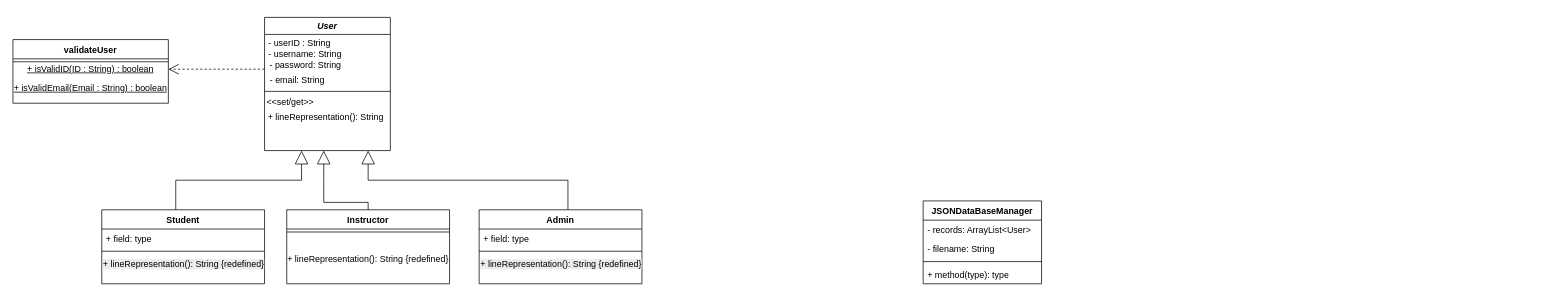
This is docs/uml/class-diagram.drawio from mohandLOL1/skillforge, a draw.io file, before an edit. Source tidied: cells renumbered, new cells numbered last; positions are measured from the earlier drawing's top-left corner, leaving out a move shared by most shapes. Both pictures are drawn from the tidied source at 74%, with x=0, y=0 at pixel (13, 17).
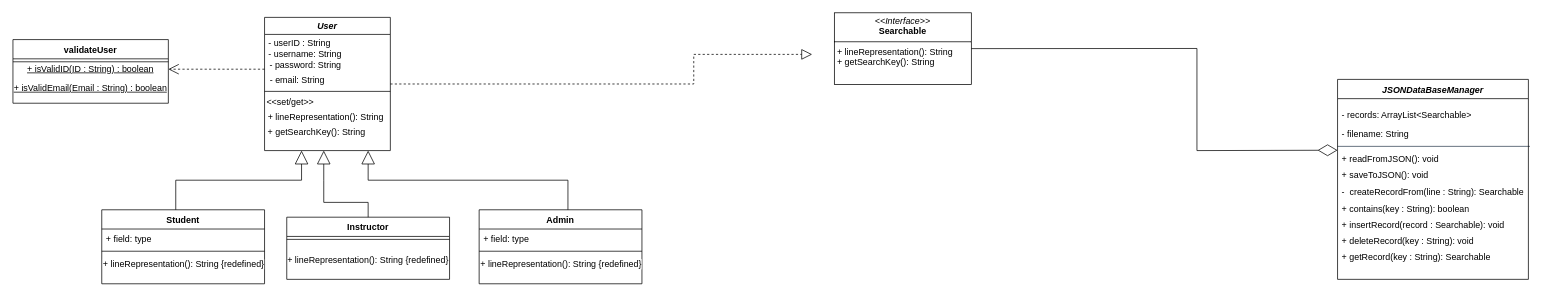
The same diagram, later.

Commit message:
added an interface searchable and finished jsonmanagerclass

Unchanged cells that the change refers to:
```xml
<mxCell id="7" style="group;" parent="1" vertex="1">
  <mxGeometry width="850" height="360" as="geometry" />
</mxCell>
<mxCell id="8" value="User" style="swimlane;fontStyle=3;" parent="7" vertex="1">
  <mxGeometry x="340" width="170" height="180" as="geometry" />
</mxCell>
<mxCell id="17" value="Student" style="swimlane;fontStyle=1;align=center;verticalAlign=top;horizontal=1;startSize=26;whiteSpace=wrap;html=1;" parent="7" vertex="1">
  <mxGeometry x="120" y="260" width="220" height="100" as="geometry" />
</mxCell>
<mxCell id="24" value="Admin" style="swimlane;fontStyle=1;align=center;verticalAlign=top;horizontal=1;startSize=26;whiteSpace=wrap;html=1;" parent="7" vertex="1">
  <mxGeometry x="630" y="260" width="220" height="100" as="geometry" />
</mxCell>
```

Diff of the diagram source:
```diff
@@
-    <mxCell id="2" value="JSONDataBaseManager" style="swimlane;fontStyle=1;align=center;verticalAlign=top;horizontal=1;startSize=26;whiteSpace=wrap;html=1;" parent="1" vertex="1">
-      <mxGeometry x="1230" y="248" width="160" height="112" as="geometry" />
-    </mxCell>
-    <mxCell id="3" value="- records: ArrayList&amp;lt;User&amp;gt;" style="text;strokeColor=none;fillColor=none;align=left;verticalAlign=top;spacingLeft=4;spacingRight=4;overflow=hidden;whiteSpace=wrap;html=1;" parent="2" vertex="1">
-      <mxGeometry y="26" width="160" height="26" as="geometry" />
-    </mxCell>
-    <mxCell id="4" value="- filename: String" style="text;strokeColor=none;fillColor=none;align=left;verticalAlign=top;spacingLeft=4;spacingRight=4;overflow=hidden;whiteSpace=wrap;html=1;" parent="2" vertex="1">
-      <mxGeometry y="52" width="160" height="26" as="geometry" />
-    </mxCell>
-    <mxCell id="5" style="line;strokeWidth=1;fillColor=none;align=left;verticalAlign=middle;spacingTop=-1;spacingLeft=3;spacingRight=3;labelPosition=right;strokeColor=inherit;" parent="2" vertex="1">
-      <mxGeometry y="78" width="160" height="8" as="geometry" />
-    </mxCell>
-    <mxCell id="6" value="+ method(type): type" style="text;strokeColor=none;fillColor=none;align=left;verticalAlign=top;spacingLeft=4;spacingRight=4;overflow=hidden;whiteSpace=wrap;html=1;" parent="2" vertex="1">
-      <mxGeometry y="86" width="160" height="26" as="geometry" />
-    </mxCell>
@@
+    <mxCell id="36" value="+ getSearchKey(): String" style="text;html=1;whiteSpace=wrap;strokeColor=none;fillColor=none;align=center;verticalAlign=middle;rounded=0;" parent="8" vertex="1">
+      <mxGeometry x="-20" y="150" width="180.5" height="10" as="geometry" />
+    </mxCell>
@@
-    <mxCell id="20" value="&lt;span style=&quot;color: rgb(0, 0, 0); font-family: Helvetica; font-size: 12px; font-style: normal; font-variant-ligatures: normal; font-variant-caps: normal; font-weight: 400; letter-spacing: normal; orphans: 2; text-align: center; text-indent: 0px; text-transform: none; widows: 2; word-spacing: 0px; -webkit-text-stroke-width: 0px; white-space: normal; background-color: rgb(236, 236, 236); text-decoration-thickness: initial; text-decoration-style: initial; text-decoration-color: initial; display: inline !important; float: none;&quot;&gt;+ lineRepresentation(): String {redefined}&lt;/span&gt;" style="text;whiteSpace=wrap;html=1;" parent="17" vertex="1">
+    <mxCell id="20" value="&lt;span style=&quot;color: rgb(0, 0, 0); font-family: Helvetica; font-size: 12px; font-style: normal; font-variant-ligatures: normal; font-variant-caps: normal; font-weight: 400; letter-spacing: normal; orphans: 2; text-align: center; text-indent: 0px; text-transform: none; widows: 2; word-spacing: 0px; -webkit-text-stroke-width: 0px; white-space: normal; text-decoration-thickness: initial; text-decoration-style: initial; text-decoration-color: initial; float: none; background-color: rgb(255, 255, 255); display: inline !important;&quot;&gt;+ lineRepresentation(): String {redefined}&lt;/span&gt;" style="text;whiteSpace=wrap;html=1;" parent="17" vertex="1">
       <mxGeometry y="60" width="220" height="40" as="geometry" />
     </mxCell>
     <mxCell id="21" value="Instructor" style="swimlane;fontStyle=1;align=center;verticalAlign=top;horizontal=1;startSize=26;whiteSpace=wrap;html=1;" parent="7" vertex="1">
-      <mxGeometry x="370" y="260" width="220" height="100" as="geometry" />
+      <mxGeometry x="370" y="270" width="220" height="84" as="geometry" />
     </mxCell>
@@
     <mxCell id="23" value="+ lineRepresentation(): String {redefined}" style="text;html=1;whiteSpace=wrap;strokeColor=none;fillColor=none;align=center;verticalAlign=middle;rounded=0;" parent="21" vertex="1">
-      <mxGeometry y="34" width="220" height="66" as="geometry" />
+      <mxGeometry y="34" width="220" height="50" as="geometry" />
     </mxCell>
@@
-    <mxCell id="27" value="&lt;span style=&quot;color: rgb(0, 0, 0); font-family: Helvetica; font-size: 12px; font-style: normal; font-variant-ligatures: normal; font-variant-caps: normal; font-weight: 400; letter-spacing: normal; orphans: 2; text-align: center; text-indent: 0px; text-transform: none; widows: 2; word-spacing: 0px; -webkit-text-stroke-width: 0px; white-space: normal; background-color: rgb(236, 236, 236); text-decoration-thickness: initial; text-decoration-style: initial; text-decoration-color: initial; display: inline !important; float: none;&quot;&gt;+ lineRepresentation(): String {redefined}&lt;/span&gt;" style="text;whiteSpace=wrap;html=1;" parent="24" vertex="1">
+    <mxCell id="27" value="&lt;span style=&quot;color: rgb(0, 0, 0); font-family: Helvetica; font-size: 12px; font-style: normal; font-variant-ligatures: normal; font-variant-caps: normal; font-weight: 400; letter-spacing: normal; orphans: 2; text-indent: 0px; text-transform: none; widows: 2; word-spacing: 0px; -webkit-text-stroke-width: 0px; white-space: normal; text-decoration-thickness: initial; text-decoration-style: initial; text-decoration-color: initial; float: none; background-color: rgb(255, 255, 255); display: inline !important;&quot;&gt;+ lineRepresentation(): String {redefined}&lt;/span&gt;" style="text;whiteSpace=wrap;html=1;align=left;" parent="24" vertex="1">
       <mxGeometry y="60" width="220" height="40" as="geometry" />
     </mxCell>
@@
+    <mxCell id="37" style="endArrow=block;dashed=1;endFill=0;endSize=12;html=1;rounded=0;" parent="7" edge="1">
+      <mxGeometry relative="1" as="geometry">
+        <mxPoint x="510" y="90" as="sourcePoint" />
+        <mxPoint x="1080" y="50" as="targetPoint" />
+        <Array as="points">
+          <mxPoint x="920" y="90" />
+          <mxPoint x="920" y="50" />
+        </Array>
+      </mxGeometry>
+    </mxCell>
+    <mxCell id="38" style="group;" parent="1" vertex="1">
+      <mxGeometry x="1110" y="-6.2" width="960" height="372.4" as="geometry" />
+    </mxCell>
+    <mxCell id="39" value="&lt;p style=&quot;margin:0px;margin-top:4px;text-align:center;&quot;&gt;&lt;i&gt;&amp;lt;&amp;lt;Interface&amp;gt;&amp;gt;&lt;/i&gt;&lt;br&gt;&lt;b&gt;Searchable&lt;/b&gt;&lt;/p&gt;&lt;hr size=&quot;1&quot; style=&quot;border-style:solid;&quot;&gt;&lt;p style=&quot;margin:0px;margin-left:4px;&quot;&gt;&lt;/p&gt;&lt;p style=&quot;margin:0px;margin-left:4px;&quot;&gt;+ lineRepresentation(): String&lt;br&gt;+ getSearchKey(): String&lt;/p&gt;" style="verticalAlign=top;align=left;overflow=fill;html=1;whiteSpace=wrap;" parent="38" vertex="1">
+      <mxGeometry width="185.1" height="96.8" as="geometry" />
+    </mxCell>
+    <mxCell id="40" style="group;" parent="38" vertex="1">
+      <mxGeometry x="680" y="90" width="267.9" height="282.4" as="geometry" />
+    </mxCell>
+    <mxCell id="41" style="group;" parent="40" vertex="1">
+      <mxGeometry y="8.4" width="267.9" height="274" as="geometry" />
+    </mxCell>
+    <mxCell id="3" value="- records: ArrayList&amp;lt;Searchable&amp;gt;" style="text;strokeColor=none;fillColor=none;align=left;verticalAlign=top;spacingLeft=4;spacingRight=4;overflow=hidden;whiteSpace=wrap;html=1;" parent="41" vertex="1">
+      <mxGeometry y="26" width="246.2" height="26.1" as="geometry" />
+    </mxCell>
+    <mxCell id="4" value="- filename: String" style="text;strokeColor=none;fillColor=none;align=left;verticalAlign=top;spacingLeft=4;spacingRight=4;overflow=hidden;whiteSpace=wrap;html=1;" parent="41" vertex="1">
+      <mxGeometry y="52.1" width="246.2" height="26.1" as="geometry" />
+    </mxCell>
+    <mxCell id="5" style="line;strokeWidth=1;fillColor=none;align=left;verticalAlign=middle;spacingTop=-1;spacingLeft=3;spacingRight=3;labelPosition=right;strokeColor=inherit;" parent="41" vertex="1">
+      <mxGeometry y="78.1" width="246.2" height="8" as="geometry" />
+    </mxCell>
+    <mxCell id="6" value="+ readFromJSON(): void" style="text;strokeColor=none;fillColor=none;align=left;verticalAlign=top;spacingLeft=4;spacingRight=4;overflow=hidden;whiteSpace=wrap;html=1;" parent="41" vertex="1">
+      <mxGeometry y="86.1" width="246.2" height="22" as="geometry" />
+    </mxCell>
+    <mxCell id="42" value="+ saveToJSON(): void" style="text;strokeColor=none;fillColor=none;align=left;verticalAlign=top;spacingLeft=4;spacingRight=4;overflow=hidden;whiteSpace=wrap;html=1;" parent="41" vertex="1">
+      <mxGeometry y="108.2" width="246.2" height="22" as="geometry" />
+    </mxCell>
+    <mxCell id="43" value="-&amp;nbsp; createRecordFrom(line : String): Searchable" style="text;strokeColor=none;fillColor=none;align=left;verticalAlign=top;spacingLeft=4;spacingRight=4;overflow=hidden;whiteSpace=wrap;html=1;" parent="41" vertex="1">
+      <mxGeometry y="130.2" width="267.9" height="22" as="geometry" />
+    </mxCell>
+    <mxCell id="44" value="+ contains(key : String): boolean" style="text;strokeColor=none;fillColor=none;align=left;verticalAlign=top;spacingLeft=4;spacingRight=4;overflow=hidden;whiteSpace=wrap;html=1;" parent="41" vertex="1">
+      <mxGeometry y="152.3" width="246.2" height="22" as="geometry" />
+    </mxCell>
+    <mxCell id="45" value="+ insertRecord(record : Searchable): void" style="text;strokeColor=none;fillColor=none;align=left;verticalAlign=top;spacingLeft=4;spacingRight=4;overflow=hidden;whiteSpace=wrap;html=1;" parent="41" vertex="1">
+      <mxGeometry y="174.3" width="246.2" height="22" as="geometry" />
+    </mxCell>
+    <mxCell id="46" value="+ deleteRecord(key : String): void" style="text;strokeColor=none;fillColor=none;align=left;verticalAlign=top;spacingLeft=4;spacingRight=4;overflow=hidden;whiteSpace=wrap;html=1;" parent="41" vertex="1">
+      <mxGeometry y="196.4" width="246.2" height="22" as="geometry" />
+    </mxCell>
+    <mxCell id="47" value="+ getRecord(key : String): Searchable" style="text;strokeColor=none;fillColor=none;align=left;verticalAlign=top;spacingLeft=4;spacingRight=4;overflow=hidden;whiteSpace=wrap;html=1;" parent="41" vertex="1">
+      <mxGeometry y="218.4" width="246.2" height="55.6" as="geometry" />
+    </mxCell>
+    <mxCell id="48" style="line;strokeWidth=1;fillColor=none;align=left;verticalAlign=middle;spacingTop=-1;spacingLeft=3;spacingRight=3;labelPosition=right;strokeColor=inherit;" parent="41" vertex="1">
+      <mxGeometry x="5.9" y="86.1" width="226.7" height="8" as="geometry" />
+    </mxCell>
+    <mxCell id="49" style="line;strokeWidth=1;fillColor=#647687;align=left;verticalAlign=middle;spacingTop=-1;spacingLeft=3;spacingRight=3;labelPosition=right;strokeColor=#314354;fontColor=#ffffff;" parent="41" vertex="1">
+      <mxGeometry y="78.1" width="260" height="8" as="geometry" />
+    </mxCell>
+    <mxCell id="2" value="&lt;i&gt;JSONDataBaseManager&lt;/i&gt;" style="swimlane;fontStyle=1;align=center;verticalAlign=top;horizontal=1;startSize=26;whiteSpace=wrap;html=1;" parent="40" vertex="1">
+      <mxGeometry width="257.9" height="270.2" as="geometry" />
+    </mxCell>
+    <mxCell id="50" style="endArrow=diamondThin;endFill=0;endSize=24;html=1;rounded=0;exitX=1;exitY=0.5;exitDx=0;exitDy=0;" parent="38" edge="1" source="39">
+      <mxGeometry relative="1" as="geometry">
+        <mxPoint x="680" y="185.7" as="targetPoint" />
+        <Array as="points">
+          <mxPoint x="490" y="48.2" />
+          <mxPoint x="490" y="186.2" />
+        </Array>
+      </mxGeometry>
+    </mxCell>
```
